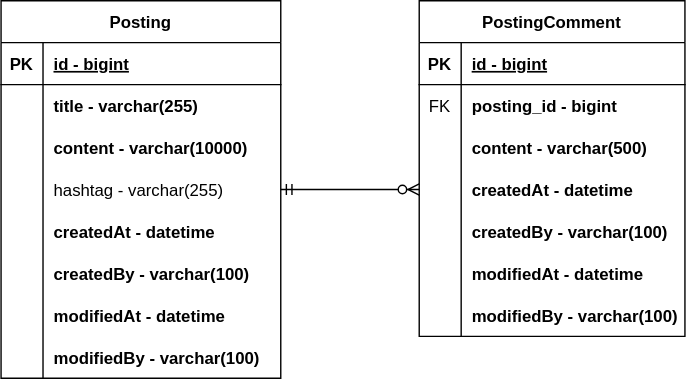
Earlier version of the draw.io export document/project-forum-erd.svg (smileLoopy/personal-project-forum). Source tidied: cells renumbered, new cells last; positions are measured from the earlier drawing's top-left corner, leaving out a move shared by most shapes.
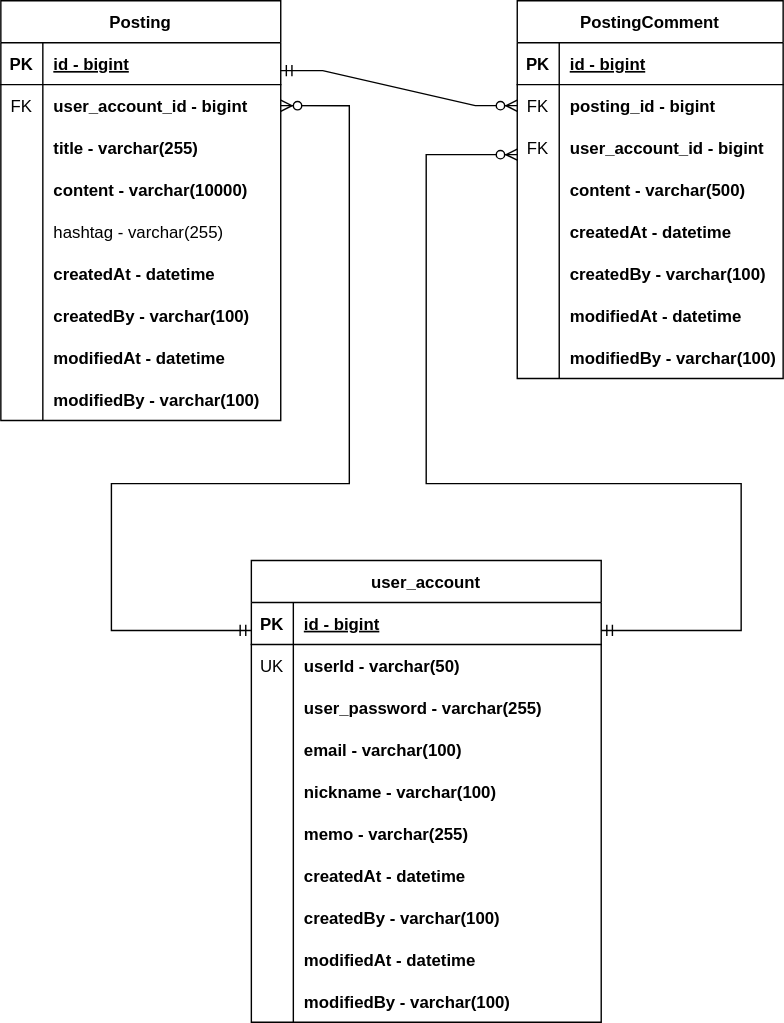
Later version of the same file.

Commit message:
#18-Update user_account

What changed in the source:
```diff
@@ -3,7 +3,7 @@
     <mxCell id="0" />
     <mxCell id="1" parent="0" />
     <mxCell id="2" value="Posting" style="shape=table;startSize=30;rowLines=0;fontStyle=1;align=center;" parent="1" vertex="1">
-      <mxGeometry width="200" height="270" as="geometry" />
+      <mxGeometry width="200" height="300" as="geometry" />
     </mxCell>
     <mxCell id="3" style="shape=partialRectangle;fillColor=none;top=0;left=0;right=0;bottom=1;" parent="2" vertex="1">
       <mxGeometry y="30" width="200" height="30" as="geometry" />
@@ -14,8 +14,17 @@
     <mxCell id="5" value="id - bigint" style="shape=partialRectangle;overflow=hidden;fillColor=none;top=0;left=0;bottom=0;right=0;align=left;spacingLeft=6;fontStyle=5;" parent="3" vertex="1">
       <mxGeometry x="30" width="170" height="30" as="geometry" />
     </mxCell>
+    <mxCell id="50" style="shape=partialRectangle;fillColor=none;points=[[0,0.5],[1,0.5]];portConstraint=eastwest;top=0;left=0;right=0;bottom=0;" parent="2" vertex="1">
+      <mxGeometry y="60" width="200" height="30" as="geometry" />
+    </mxCell>
+    <mxCell id="51" value="FK" style="shape=partialRectangle;overflow=hidden;fillColor=none;top=0;left=0;bottom=0;right=0;" parent="50" vertex="1">
+      <mxGeometry width="30" height="30" as="geometry" />
+    </mxCell>
+    <mxCell id="52" value="user_account_id - bigint" style="shape=partialRectangle;overflow=hidden;fillColor=none;top=0;left=0;bottom=0;right=0;align=left;spacingLeft=6;fontStyle=1;" parent="50" vertex="1">
+      <mxGeometry x="30" width="170" height="30" as="geometry" />
+    </mxCell>
     <mxCell id="6" style="shape=partialRectangle;fillColor=none;top=0;left=0;right=0;bottom=0;" parent="2" vertex="1">
-      <mxGeometry y="60" width="200" height="30" as="geometry" />
+      <mxGeometry y="90" width="200" height="30" as="geometry" />
     </mxCell>
     <mxCell id="7" style="shape=partialRectangle;overflow=hidden;fillColor=none;top=0;left=0;bottom=0;right=0;" parent="6" vertex="1">
       <mxGeometry width="30" height="30" as="geometry" />
@@ -24,7 +33,7 @@
       <mxGeometry x="30" width="170" height="30" as="geometry" />
     </mxCell>
     <mxCell id="9" style="shape=partialRectangle;fillColor=none;top=0;left=0;right=0;bottom=0;" parent="2" vertex="1">
-      <mxGeometry y="90" width="200" height="30" as="geometry" />
+      <mxGeometry y="120" width="200" height="30" as="geometry" />
     </mxCell>
     <mxCell id="10" style="shape=partialRectangle;overflow=hidden;fillColor=none;top=0;left=0;bottom=0;right=0;" parent="9" vertex="1">
       <mxGeometry width="30" height="30" as="geometry" />
@@ -33,7 +42,7 @@
       <mxGeometry x="30" width="170" height="30" as="geometry" />
     </mxCell>
     <mxCell id="12" style="shape=partialRectangle;fillColor=none;points=[[0,0.5],[1,0.5]];portConstraint=eastwest;top=0;left=0;right=0;bottom=0;" parent="2" vertex="1">
-      <mxGeometry y="120" width="200" height="30" as="geometry" />
+      <mxGeometry y="150" width="200" height="30" as="geometry" />
     </mxCell>
     <mxCell id="13" style="shape=partialRectangle;overflow=hidden;fillColor=none;top=0;left=0;bottom=0;right=0;" parent="12" vertex="1">
       <mxGeometry width="30" height="30" as="geometry" />
@@ -42,7 +51,7 @@
       <mxGeometry x="30" width="170" height="30" as="geometry" />
     </mxCell>
     <mxCell id="15" style="shape=partialRectangle;fillColor=none;top=0;left=0;right=0;bottom=0;" parent="2" vertex="1">
-      <mxGeometry y="150" width="200" height="30" as="geometry" />
+      <mxGeometry y="180" width="200" height="30" as="geometry" />
     </mxCell>
     <mxCell id="16" style="shape=partialRectangle;overflow=hidden;fillColor=none;top=0;left=0;bottom=0;right=0;" parent="15" vertex="1">
       <mxGeometry width="30" height="30" as="geometry" />
@@ -51,7 +60,7 @@
       <mxGeometry x="30" width="170" height="30" as="geometry" />
     </mxCell>
     <mxCell id="18" style="shape=partialRectangle;fillColor=none;top=0;left=0;right=0;bottom=0;" parent="2" vertex="1">
-      <mxGeometry y="180" width="200" height="30" as="geometry" />
+      <mxGeometry y="210" width="200" height="30" as="geometry" />
     </mxCell>
     <mxCell id="19" style="shape=partialRectangle;overflow=hidden;fillColor=none;top=0;left=0;bottom=0;right=0;" parent="18" vertex="1">
       <mxGeometry width="30" height="30" as="geometry" />
@@ -60,7 +69,7 @@
       <mxGeometry x="30" width="170" height="30" as="geometry" />
     </mxCell>
     <mxCell id="21" style="shape=partialRectangle;fillColor=none;top=0;left=0;right=0;bottom=0;" parent="2" vertex="1">
-      <mxGeometry y="210" width="200" height="30" as="geometry" />
+      <mxGeometry y="240" width="200" height="30" as="geometry" />
     </mxCell>
     <mxCell id="22" style="shape=partialRectangle;overflow=hidden;fillColor=none;top=0;left=0;bottom=0;right=0;" parent="21" vertex="1">
       <mxGeometry width="30" height="30" as="geometry" />
@@ -69,7 +78,7 @@
       <mxGeometry x="30" width="170" height="30" as="geometry" />
     </mxCell>
     <mxCell id="24" style="shape=partialRectangle;fillColor=none;top=0;left=0;right=0;bottom=0;" parent="2" vertex="1">
-      <mxGeometry y="240" width="200" height="30" as="geometry" />
+      <mxGeometry y="270" width="200" height="30" as="geometry" />
     </mxCell>
     <mxCell id="25" style="shape=partialRectangle;overflow=hidden;fillColor=none;top=0;left=0;bottom=0;right=0;" parent="24" vertex="1">
       <mxGeometry width="30" height="30" as="geometry" />
@@ -78,7 +87,7 @@
       <mxGeometry x="30" width="170" height="30" as="geometry" />
     </mxCell>
     <mxCell id="27" value="PostingComment" style="shape=table;startSize=30;rowLines=0;fontStyle=1;align=center;" parent="1" vertex="1">
-      <mxGeometry x="299" width="190" height="240" as="geometry" />
+      <mxGeometry x="369" width="190" height="270" as="geometry" />
     </mxCell>
     <mxCell id="28" style="shape=partialRectangle;fillColor=none;top=0;left=0;right=0;bottom=1;" parent="27" vertex="1">
       <mxGeometry y="30" width="190" height="30" as="geometry" />
@@ -98,8 +107,17 @@
     <mxCell id="33" value="posting_id - bigint" style="shape=partialRectangle;overflow=hidden;fillColor=none;top=0;left=0;bottom=0;right=0;align=left;spacingLeft=6;fontStyle=1;" parent="31" vertex="1">
       <mxGeometry x="30" width="160" height="30" as="geometry" />
     </mxCell>
+    <mxCell id="53" style="shape=partialRectangle;fillColor=none;points=[[0,0.5],[1,0.5]];portConstraint=eastwest;top=0;left=0;right=0;bottom=0;" parent="27" vertex="1">
+      <mxGeometry y="90" width="190" height="30" as="geometry" />
+    </mxCell>
+    <mxCell id="54" value="FK" style="shape=partialRectangle;overflow=hidden;fillColor=none;top=0;left=0;bottom=0;right=0;" parent="53" vertex="1">
+      <mxGeometry width="30" height="30" as="geometry" />
+    </mxCell>
+    <mxCell id="55" value="user_account_id - bigint" style="shape=partialRectangle;overflow=hidden;fillColor=none;top=0;left=0;bottom=0;right=0;align=left;spacingLeft=6;fontStyle=1;" parent="53" vertex="1">
+      <mxGeometry x="30" width="160" height="30" as="geometry" />
+    </mxCell>
     <mxCell id="34" style="shape=partialRectangle;fillColor=none;top=0;left=0;right=0;bottom=0;" parent="27" vertex="1">
-      <mxGeometry y="90" width="190" height="30" as="geometry" />
+      <mxGeometry y="120" width="190" height="30" as="geometry" />
     </mxCell>
     <mxCell id="35" style="shape=partialRectangle;overflow=hidden;fillColor=none;top=0;left=0;bottom=0;right=0;" parent="34" vertex="1">
       <mxGeometry width="30" height="30" as="geometry" />
@@ -108,7 +126,7 @@
       <mxGeometry x="30" width="160" height="30" as="geometry" />
     </mxCell>
     <mxCell id="37" style="shape=partialRectangle;fillColor=none;points=[[0,0.5],[1,0.5]];portConstraint=eastwest;top=0;left=0;right=0;bottom=0;" parent="27" vertex="1">
-      <mxGeometry y="120" width="190" height="30" as="geometry" />
+      <mxGeometry y="150" width="190" height="30" as="geometry" />
     </mxCell>
     <mxCell id="38" style="shape=partialRectangle;overflow=hidden;fillColor=none;top=0;left=0;bottom=0;right=0;" parent="37" vertex="1">
       <mxGeometry width="30" height="30" as="geometry" />
@@ -117,7 +135,7 @@
       <mxGeometry x="30" width="160" height="30" as="geometry" />
     </mxCell>
     <mxCell id="40" style="shape=partialRectangle;fillColor=none;top=0;left=0;right=0;bottom=0;" parent="27" vertex="1">
-      <mxGeometry y="150" width="190" height="30" as="geometry" />
+      <mxGeometry y="180" width="190" height="30" as="geometry" />
     </mxCell>
     <mxCell id="41" style="shape=partialRectangle;overflow=hidden;fillColor=none;top=0;left=0;bottom=0;right=0;" parent="40" vertex="1">
       <mxGeometry width="30" height="30" as="geometry" />
@@ -126,7 +144,7 @@
       <mxGeometry x="30" width="160" height="30" as="geometry" />
     </mxCell>
     <mxCell id="43" style="shape=partialRectangle;fillColor=none;top=0;left=0;right=0;bottom=0;" parent="27" vertex="1">
-      <mxGeometry y="180" width="190" height="30" as="geometry" />
+      <mxGeometry y="210" width="190" height="30" as="geometry" />
     </mxCell>
     <mxCell id="44" style="shape=partialRectangle;overflow=hidden;fillColor=none;top=0;left=0;bottom=0;right=0;" parent="43" vertex="1">
       <mxGeometry width="30" height="30" as="geometry" />
@@ -135,7 +153,7 @@
       <mxGeometry x="30" width="160" height="30" as="geometry" />
     </mxCell>
     <mxCell id="46" style="shape=partialRectangle;fillColor=none;top=0;left=0;right=0;bottom=0;" parent="27" vertex="1">
-      <mxGeometry y="210" width="190" height="30" as="geometry" />
+      <mxGeometry y="240" width="190" height="30" as="geometry" />
     </mxCell>
     <mxCell id="47" style="shape=partialRectangle;overflow=hidden;fillColor=none;top=0;left=0;bottom=0;right=0;" parent="46" vertex="1">
       <mxGeometry width="30" height="30" as="geometry" />
@@ -143,12 +161,126 @@
     <mxCell id="48" value="modifiedBy - varchar(100)" style="shape=partialRectangle;overflow=hidden;fillColor=none;top=0;left=0;bottom=0;right=0;align=left;spacingLeft=6;fontStyle=1;" parent="46" vertex="1">
       <mxGeometry x="30" width="160" height="30" as="geometry" />
     </mxCell>
-    <mxCell id="49" style="edgeStyle=entityRelationEdgeStyle;fontSize=12;html=1;endArrow=ERzeroToMany;startArrow=ERmandOne;rounded=0;exitX=1;exitY=0.5;exitDx=0;exitDy=0;entryX=0;entryY=0.5;entryDx=0;entryDy=0;" parent="1" edge="1" source="12" target="37">
+    <mxCell id="49" style="edgeStyle=entityRelationEdgeStyle;fontSize=12;html=1;endArrow=ERzeroToMany;startArrow=ERmandOne;rounded=0;exitX=1;exitY=0.5;exitDx=0;exitDy=0;entryX=0;entryY=0.5;entryDx=0;entryDy=0;" parent="1" edge="1" target="31">
       <mxGeometry relative="1" as="geometry">
+        <mxPoint x="200" y="50" as="sourcePoint" />
         <Array as="points">
-          <mxPoint x="239" y="130" />
+          <mxPoint x="239" y="15" />
         </Array>
       </mxGeometry>
     </mxCell>
+    <mxCell id="56" value="user_account" style="shape=table;startSize=30;rowLines=0;fontStyle=1;align=center;" parent="1" vertex="1">
+      <mxGeometry x="179" y="400" width="250" height="330" as="geometry" />
+    </mxCell>
+    <mxCell id="57" style="shape=partialRectangle;fillColor=none;points=[[0,0.5],[1,0.5]];portConstraint=eastwest;top=0;left=0;right=0;bottom=1;" parent="56" vertex="1">
+      <mxGeometry y="30" width="250" height="30" as="geometry" />
+    </mxCell>
+    <mxCell id="58" value="PK" style="shape=partialRectangle;overflow=hidden;fillColor=none;top=0;left=0;bottom=0;right=0;fontStyle=1;" parent="57" vertex="1">
+      <mxGeometry width="30" height="30" as="geometry" />
+    </mxCell>
+    <mxCell id="59" value="id - bigint" style="shape=partialRectangle;overflow=hidden;fillColor=none;top=0;left=0;bottom=0;right=0;align=left;spacingLeft=6;fontStyle=5;" parent="57" vertex="1">
+      <mxGeometry x="30" width="220" height="30" as="geometry" />
+    </mxCell>
+    <mxCell id="60" style="shape=partialRectangle;fillColor=none;top=0;left=0;right=0;bottom=0;" parent="56" vertex="1">
+      <mxGeometry y="60" width="250" height="30" as="geometry" />
+    </mxCell>
+    <mxCell id="61" value="UK" style="shape=partialRectangle;overflow=hidden;fillColor=none;top=0;left=0;bottom=0;right=0;" parent="60" vertex="1">
+      <mxGeometry width="30" height="30" as="geometry" />
+    </mxCell>
+    <mxCell id="62" value="userId - varchar(50)" style="shape=partialRectangle;overflow=hidden;fillColor=none;top=0;left=0;bottom=0;right=0;align=left;spacingLeft=6;fontStyle=1;" parent="60" vertex="1">
+      <mxGeometry x="30" width="220" height="30" as="geometry" />
+    </mxCell>
+    <mxCell id="63" style="shape=partialRectangle;fillColor=none;top=0;left=0;right=0;bottom=0;" parent="56" vertex="1">
+      <mxGeometry y="90" width="250" height="30" as="geometry" />
+    </mxCell>
+    <mxCell id="64" style="shape=partialRectangle;overflow=hidden;fillColor=none;top=0;left=0;bottom=0;right=0;" parent="63" vertex="1">
+      <mxGeometry width="30" height="30" as="geometry" />
+    </mxCell>
+    <mxCell id="65" value="user_password - varchar(255)" style="shape=partialRectangle;overflow=hidden;fillColor=none;top=0;left=0;bottom=0;right=0;align=left;spacingLeft=6;fontStyle=1;" parent="63" vertex="1">
+      <mxGeometry x="30" width="220" height="30" as="geometry" />
+    </mxCell>
+    <mxCell id="66" style="shape=partialRectangle;fillColor=none;top=0;left=0;right=0;bottom=0;" parent="56" vertex="1">
+      <mxGeometry y="120" width="250" height="30" as="geometry" />
+    </mxCell>
+    <mxCell id="67" style="shape=partialRectangle;overflow=hidden;fillColor=none;top=0;left=0;bottom=0;right=0;" parent="66" vertex="1">
+      <mxGeometry width="30" height="30" as="geometry" />
+    </mxCell>
+    <mxCell id="68" value="email - varchar(100)" style="shape=partialRectangle;overflow=hidden;fillColor=none;top=0;left=0;bottom=0;right=0;align=left;spacingLeft=6;fontStyle=1;" parent="66" vertex="1">
+      <mxGeometry x="30" width="220" height="30" as="geometry" />
+    </mxCell>
+    <mxCell id="69" style="shape=partialRectangle;fillColor=none;top=0;left=0;right=0;bottom=0;" parent="56" vertex="1">
+      <mxGeometry y="150" width="250" height="30" as="geometry" />
+    </mxCell>
+    <mxCell id="70" style="shape=partialRectangle;overflow=hidden;fillColor=none;top=0;left=0;bottom=0;right=0;" parent="69" vertex="1">
+      <mxGeometry width="30" height="30" as="geometry" />
+    </mxCell>
+    <mxCell id="71" value="nickname - varchar(100)" style="shape=partialRectangle;overflow=hidden;fillColor=none;top=0;left=0;bottom=0;right=0;align=left;spacingLeft=6;fontStyle=1;" parent="69" vertex="1">
+      <mxGeometry x="30" width="220" height="30" as="geometry" />
+    </mxCell>
+    <mxCell id="72" style="shape=partialRectangle;fillColor=none;top=0;left=0;right=0;bottom=0;" parent="56" vertex="1">
+      <mxGeometry y="180" width="250" height="30" as="geometry" />
+    </mxCell>
+    <mxCell id="73" style="shape=partialRectangle;overflow=hidden;fillColor=none;top=0;left=0;bottom=0;right=0;" parent="72" vertex="1">
+      <mxGeometry width="30" height="30" as="geometry" />
+    </mxCell>
+    <mxCell id="74" value="memo - varchar(255)" style="shape=partialRectangle;overflow=hidden;fillColor=none;top=0;left=0;bottom=0;right=0;align=left;spacingLeft=6;fontStyle=1;" parent="72" vertex="1">
+      <mxGeometry x="30" width="220" height="30" as="geometry" />
+    </mxCell>
+    <mxCell id="75" style="shape=partialRectangle;fillColor=none;top=0;left=0;right=0;bottom=0;" parent="56" vertex="1">
+      <mxGeometry y="210" width="250" height="30" as="geometry" />
+    </mxCell>
+    <mxCell id="76" style="shape=partialRectangle;overflow=hidden;fillColor=none;top=0;left=0;bottom=0;right=0;" parent="75" vertex="1">
+      <mxGeometry width="30" height="30" as="geometry" />
+    </mxCell>
+    <mxCell id="77" value="createdAt - datetime" style="shape=partialRectangle;overflow=hidden;fillColor=none;top=0;left=0;bottom=0;right=0;align=left;spacingLeft=6;fontStyle=1;" parent="75" vertex="1">
+      <mxGeometry x="30" width="220" height="30" as="geometry" />
+    </mxCell>
+    <mxCell id="78" style="shape=partialRectangle;fillColor=none;top=0;left=0;right=0;bottom=0;" parent="56" vertex="1">
+      <mxGeometry y="240" width="250" height="30" as="geometry" />
+    </mxCell>
+    <mxCell id="79" style="shape=partialRectangle;overflow=hidden;fillColor=none;top=0;left=0;bottom=0;right=0;" parent="78" vertex="1">
+      <mxGeometry width="30" height="30" as="geometry" />
+    </mxCell>
+    <mxCell id="80" value="createdBy - varchar(100)" style="shape=partialRectangle;overflow=hidden;fillColor=none;top=0;left=0;bottom=0;right=0;align=left;spacingLeft=6;fontStyle=1;" parent="78" vertex="1">
+      <mxGeometry x="30" width="220" height="30" as="geometry" />
+    </mxCell>
+    <mxCell id="81" style="shape=partialRectangle;fillColor=none;top=0;left=0;right=0;bottom=0;" parent="56" vertex="1">
+      <mxGeometry y="270" width="250" height="30" as="geometry" />
+    </mxCell>
+    <mxCell id="82" style="shape=partialRectangle;overflow=hidden;fillColor=none;top=0;left=0;bottom=0;right=0;" parent="81" vertex="1">
+      <mxGeometry width="30" height="30" as="geometry" />
+    </mxCell>
+    <mxCell id="83" value="modifiedAt - datetime" style="shape=partialRectangle;overflow=hidden;fillColor=none;top=0;left=0;bottom=0;right=0;align=left;spacingLeft=6;fontStyle=1;" parent="81" vertex="1">
+      <mxGeometry x="30" width="220" height="30" as="geometry" />
+    </mxCell>
+    <mxCell id="84" style="shape=partialRectangle;fillColor=none;top=0;left=0;right=0;bottom=0;" parent="56" vertex="1">
+      <mxGeometry y="300" width="250" height="30" as="geometry" />
+    </mxCell>
+    <mxCell id="85" style="shape=partialRectangle;overflow=hidden;fillColor=none;top=0;left=0;bottom=0;right=0;" parent="84" vertex="1">
+      <mxGeometry width="30" height="30" as="geometry" />
+    </mxCell>
+    <mxCell id="86" value="modifiedBy - varchar(100)" style="shape=partialRectangle;overflow=hidden;fillColor=none;top=0;left=0;bottom=0;right=0;align=left;spacingLeft=6;fontStyle=1;" parent="84" vertex="1">
+      <mxGeometry x="30" width="220" height="30" as="geometry" />
+    </mxCell>
+    <mxCell id="87" style="edgeStyle=orthogonalEdgeStyle;fontSize=12;html=1;endArrow=ERzeroToMany;startArrow=ERmandOne;rounded=0;" parent="1" edge="1" source="57" target="53">
+      <mxGeometry relative="1" as="geometry">
+        <Array as="points">
+          <mxPoint x="529" y="450" />
+          <mxPoint x="529" y="345" />
+          <mxPoint x="304" y="345" />
+          <mxPoint x="304" y="110" />
+        </Array>
+      </mxGeometry>
+    </mxCell>
+    <mxCell id="88" style="edgeStyle=orthogonalEdgeStyle;fontSize=12;html=1;endArrow=ERzeroToMany;startArrow=ERmandOne;rounded=0;entryX=1;entryY=0.5;entryDx=0;entryDy=0;exitX=0;exitY=0.667;exitDx=0;exitDy=0;exitPerimeter=0;" parent="1" edge="1" source="57" target="50">
+      <mxGeometry relative="1" as="geometry">
+        <Array as="points">
+          <mxPoint x="79" y="450" />
+          <mxPoint x="79" y="345" />
+          <mxPoint x="249" y="345" />
+          <mxPoint x="249" y="75" />
+        </Array>
+      </mxGeometry>
+    </mxCell>
   </root>
 </mxGraphModel>
```
